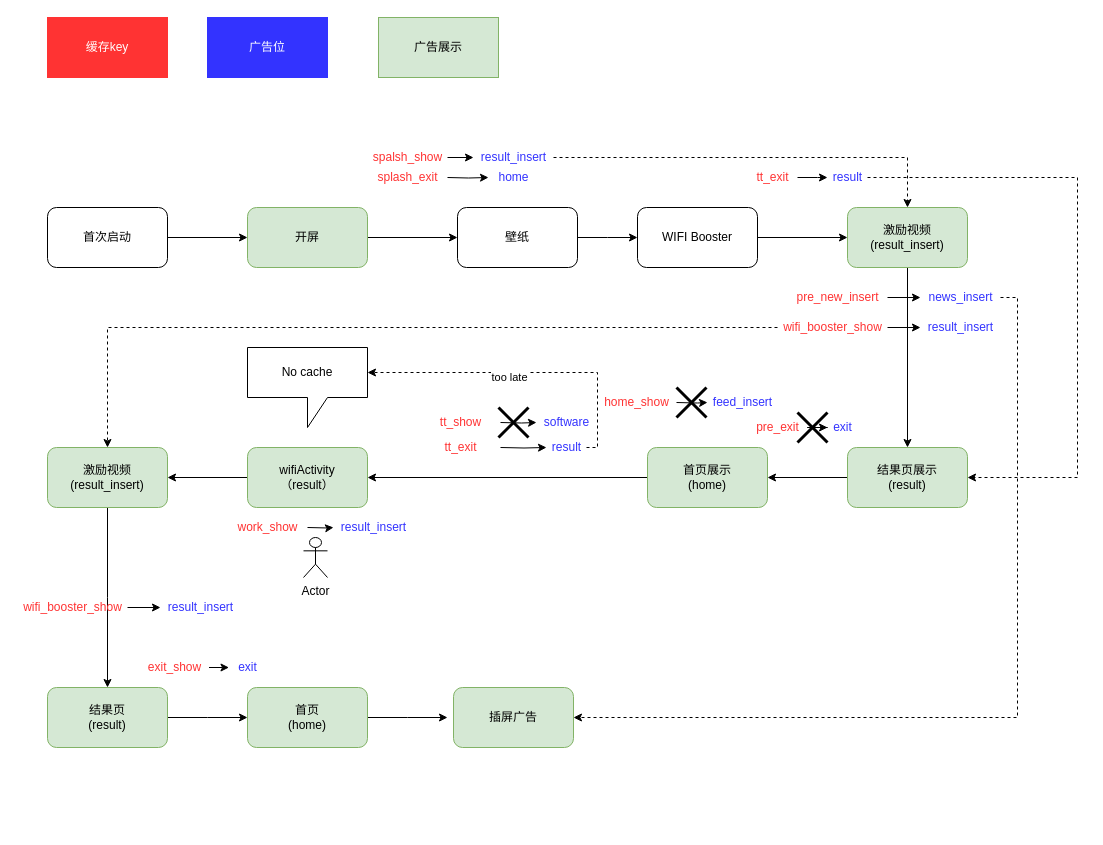
Earlier version of the draw.io diagram Untitled Diagram.drawio (xiepengchong/xiepengchong.xpc.github.io). Source tidied: cells renumbered, new cells numbered last; positions are measured from the earlier drawing's top-left corner, leaving out a move shared by most shapes. Both pictures are drawn from the tidied source at 100%, with x=0, y=0 at pixel (17, 17).
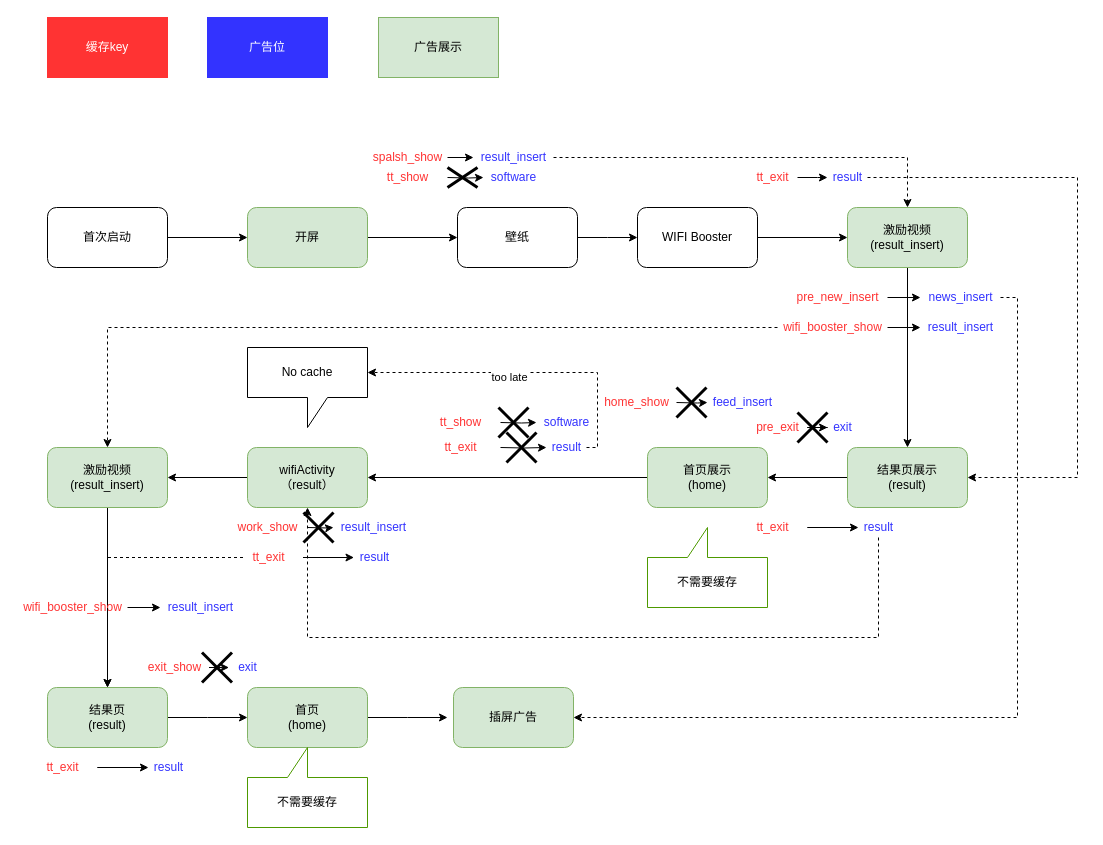
The same page after the edit.

Commit message:
首次启动优化完成.drawio

Unchanged cells that the change refers to:
```xml
<mxCell id="44" value="wifiActivity&lt;br&gt;（result）" style="rounded=1;whiteSpace=wrap;html=1;fillColor=#d5e8d4;strokeColor=#82b366;" parent="1" vertex="1">
  <mxGeometry x="230" y="430" width="120" height="60" as="geometry" />
</mxCell>
<mxCell id="66" value="结果页&lt;br&gt;(result)" style="rounded=1;whiteSpace=wrap;html=1;strokeColor=#82b366;fillColor=#d5e8d4;" parent="1" vertex="1">
  <mxGeometry x="30" y="670" width="120" height="60" as="geometry" />
</mxCell>
```

Change to the diagram source:
```diff
@@
-    <mxCell id="10" value="splash_exit" style="text;html=1;align=center;verticalAlign=middle;strokeColor=none;fillColor=none;fontColor=#FF3333;" parent="1" vertex="1">
-      <mxGeometry x="350" y="150" width="80" height="20" as="geometry" />
+    <mxCell id="10" value="tt_show" style="text;html=1;align=center;verticalAlign=middle;strokeColor=none;fillColor=none;fontColor=#FF3333;" parent="1" vertex="1">
+      <mxGeometry x="360" y="150" width="60" height="20" as="geometry" />
     </mxCell>
@@
-    <mxCell id="18" value="home" style="text;html=1;align=center;verticalAlign=middle;points=[];strokeColor=none;fillColor=none;fontColor=#3333FF;" parent="1" vertex="1">
-      <mxGeometry x="471" y="150" width="50" height="20" as="geometry" />
+    <mxCell id="18" value="software" style="text;html=1;align=center;verticalAlign=middle;points=[];strokeColor=none;fillColor=none;fontColor=#3333FF;" parent="1" vertex="1">
+      <mxGeometry x="466" y="150" width="60" height="20" as="geometry" />
     </mxCell>
@@
-    <mxCell id="64" value="Actor" style="shape=umlActor;verticalLabelPosition=bottom;verticalAlign=top;html=1;fontColor=#000000;strokeColor=#000000;fillColor=#FFFFFF;" parent="1" vertex="1">
-      <mxGeometry x="286" y="520" width="24" height="40" as="geometry" />
-    </mxCell>
@@
+    <mxCell id="77" style="shape=umlDestroy;whiteSpace=wrap;html=1;strokeWidth=3;fontColor=#000000;fillColor=#FFFFFF;" parent="1" vertex="1">
+      <mxGeometry x="430" y="150" width="30" height="20" as="geometry" />
+    </mxCell>
+    <mxCell id="78" value="不需要缓存" style="shape=callout;whiteSpace=wrap;html=1;perimeter=calloutPerimeter;fontColor=#000000;strokeColor=#4D9900;fillColor=#FFFFFF;direction=west;" parent="1" vertex="1">
+      <mxGeometry x="630" y="510" width="120" height="80" as="geometry" />
+    </mxCell>
+    <mxCell id="79" style="shape=umlDestroy;whiteSpace=wrap;html=1;strokeWidth=3;fontColor=#000000;fillColor=#FFFFFF;" parent="1" vertex="1">
+      <mxGeometry x="489" y="415" width="30" height="30" as="geometry" />
+    </mxCell>
+    <mxCell id="80" value="tt_exit" style="text;html=1;align=center;verticalAlign=middle;strokeColor=none;fillColor=none;fontColor=#FF3333;" parent="1" vertex="1">
+      <mxGeometry x="730" y="500" width="50" height="20" as="geometry" />
+    </mxCell>
+    <mxCell id="81" style="edgeStyle=orthogonalEdgeStyle;rounded=0;jettySize=auto;html=1;fontColor=#FF3333;" parent="1" edge="1" target="83">
+      <mxGeometry relative="1" as="geometry">
+        <mxPoint x="795" y="510" as="sourcePoint" />
+        <Array as="points">
+          <mxPoint x="790" y="510" />
+          <mxPoint x="790" y="510" />
+        </Array>
+      </mxGeometry>
+    </mxCell>
+    <mxCell id="82" style="edgeStyle=orthogonalEdgeStyle;rounded=0;jettySize=auto;html=1;entryX=0.5;entryY=1;entryDx=0;entryDy=0;dashed=1;fontColor=#000000;" parent="1" edge="1" source="83" target="44">
+      <mxGeometry relative="1" as="geometry">
+        <Array as="points">
+          <mxPoint x="861" y="620" />
+          <mxPoint x="290" y="620" />
+        </Array>
+      </mxGeometry>
+    </mxCell>
+    <mxCell id="83" value="result" style="text;html=1;align=center;verticalAlign=middle;points=[];strokeColor=none;fillColor=none;fontColor=#3333FF;" parent="1" vertex="1">
+      <mxGeometry x="841" y="500" width="40" height="20" as="geometry" />
+    </mxCell>
+    <mxCell id="84" style="shape=umlDestroy;whiteSpace=wrap;html=1;strokeWidth=3;fontColor=#000000;fillColor=#FFFFFF;" parent="1" vertex="1">
+      <mxGeometry x="286" y="495" width="30" height="30" as="geometry" />
+    </mxCell>
+    <mxCell id="85" style="edgeStyle=orthogonalEdgeStyle;rounded=0;jettySize=auto;html=1;entryX=0.5;entryY=0;entryDx=0;entryDy=0;dashed=1;fontColor=#000000;" parent="1" edge="1" source="86" target="66">
+      <mxGeometry relative="1" as="geometry" />
+    </mxCell>
+    <mxCell id="86" value="tt_exit" style="text;html=1;align=center;verticalAlign=middle;points=[];strokeColor=none;fillColor=none;fontColor=#FF3333;" parent="1" vertex="1">
+      <mxGeometry x="225.5" y="530" width="50" height="20" as="geometry" />
+    </mxCell>
+    <mxCell id="87" style="edgeStyle=orthogonalEdgeStyle;rounded=0;jettySize=auto;html=1;fontColor=#FF3333;" parent="1" edge="1" target="88">
+      <mxGeometry relative="1" as="geometry">
+        <mxPoint x="290.5" y="540" as="sourcePoint" />
+        <Array as="points">
+          <mxPoint x="285.5" y="540" />
+          <mxPoint x="285.5" y="540" />
+        </Array>
+      </mxGeometry>
+    </mxCell>
+    <mxCell id="88" value="result" style="text;html=1;align=center;verticalAlign=middle;points=[];strokeColor=none;fillColor=none;fontColor=#3333FF;" parent="1" vertex="1">
+      <mxGeometry x="336.5" y="530" width="40" height="20" as="geometry" />
+    </mxCell>
+    <mxCell id="89" style="shape=umlDestroy;whiteSpace=wrap;html=1;strokeWidth=3;fontColor=#000000;fillColor=#FFFFFF;" parent="1" vertex="1">
+      <mxGeometry x="184.5" y="635" width="30" height="30" as="geometry" />
+    </mxCell>
+    <mxCell id="90" value="不需要缓存" style="shape=callout;whiteSpace=wrap;html=1;perimeter=calloutPerimeter;fontColor=#000000;strokeColor=#4D9900;fillColor=#FFFFFF;direction=west;" parent="1" vertex="1">
+      <mxGeometry x="230" y="730" width="120" height="80" as="geometry" />
+    </mxCell>
+    <mxCell id="91" value="tt_exit" style="text;html=1;align=center;verticalAlign=middle;strokeColor=none;fillColor=none;fontColor=#FF3333;" parent="1" vertex="1">
+      <mxGeometry x="20" y="740" width="50" height="20" as="geometry" />
+    </mxCell>
+    <mxCell id="92" style="edgeStyle=orthogonalEdgeStyle;rounded=0;jettySize=auto;html=1;fontColor=#FF3333;" parent="1" edge="1" target="93">
+      <mxGeometry relative="1" as="geometry">
+        <mxPoint x="85" y="750" as="sourcePoint" />
+        <Array as="points">
+          <mxPoint x="80" y="750" />
+          <mxPoint x="80" y="750" />
+        </Array>
+      </mxGeometry>
+    </mxCell>
+    <mxCell id="93" value="result" style="text;html=1;align=center;verticalAlign=middle;points=[];strokeColor=none;fillColor=none;fontColor=#3333FF;" parent="1" vertex="1">
+      <mxGeometry x="131" y="740" width="40" height="20" as="geometry" />
+    </mxCell>
```
